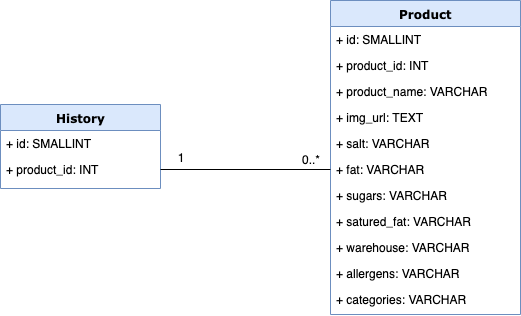
Earlier version of the draw.io export conception/physical_schema.png (ritchy7/udopdo). Source tidied: cells renumbered, new cells last; positions are measured from the earlier drawing's top-left corner, leaving out a move shared by most shapes.
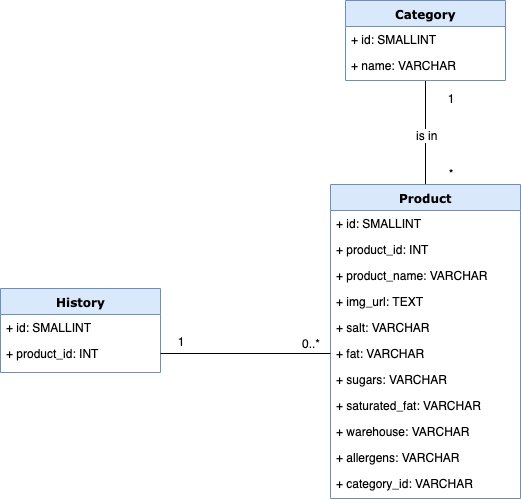
Later version of the same file.

Commit message:
Modification: Ajout de la table 'Category'.

What changed in the source:
```diff
@@ -2,6 +2,14 @@
   <root>
     <mxCell id="0" />
     <mxCell id="1" parent="0" />
+    <mxCell id="20" style="edgeStyle=orthogonalEdgeStyle;rounded=0;jettySize=auto;html=1;entryX=0.5;entryY=0;entryDx=0;entryDy=0;endArrow=none;endFill=0;" parent="1" edge="1" target="2">
+      <mxGeometry relative="1" as="geometry">
+        <mxPoint x="425" y="-106" as="sourcePoint" />
+      </mxGeometry>
+    </mxCell>
+    <mxCell id="21" value="is in" style="text;html=1;align=left;verticalAlign=top;spacingTop=-4;labelBackgroundColor=#ffffff;" parent="1" vertex="1">
+      <mxGeometry x="414" y="-58.5" width="40" height="20" as="geometry" />
+    </mxCell>
     <mxCell id="2" value="Product" style="swimlane;html=1;fontStyle=1;align=center;verticalAlign=top;horizontal=1;startSize=26;swimlaneFillColor=#ffffff;rounded=0;shadow=0;comic=0;labelBackgroundColor=none;strokeColor=#6c8ebf;strokeWidth=1;fillColor=#dae8fc;fontFamily=Verdana;fontSize=12;" parent="1" vertex="1">
       <mxGeometry x="330" width="190" height="314" as="geometry" />
     </mxCell>
@@ -26,7 +34,7 @@
     <mxCell id="9" value="+ sugars: VARCHAR" style="text;html=1;strokeColor=none;fillColor=none;align=left;verticalAlign=top;spacingLeft=4;spacingRight=4;whiteSpace=wrap;overflow=hidden;" parent="2" vertex="1">
       <mxGeometry y="182" width="190" height="26" as="geometry" />
     </mxCell>
-    <mxCell id="10" value="+ satured_fat: VARCHAR" style="text;html=1;strokeColor=none;fillColor=none;align=left;verticalAlign=top;spacingLeft=4;spacingRight=4;whiteSpace=wrap;overflow=hidden;" parent="2" vertex="1">
+    <mxCell id="10" value="+ saturated_fat: VARCHAR" style="text;html=1;strokeColor=none;fillColor=none;align=left;verticalAlign=top;spacingLeft=4;spacingRight=4;whiteSpace=wrap;overflow=hidden;" parent="2" vertex="1">
       <mxGeometry y="208" width="190" height="26" as="geometry" />
     </mxCell>
     <mxCell id="11" value="+ warehouse: VARCHAR" style="text;html=1;strokeColor=none;fillColor=none;align=left;verticalAlign=top;spacingLeft=4;spacingRight=4;whiteSpace=wrap;overflow=hidden;" parent="2" vertex="1">
@@ -35,7 +43,7 @@
     <mxCell id="12" value="+ allergens: VARCHAR" style="text;html=1;strokeColor=none;fillColor=none;align=left;verticalAlign=top;spacingLeft=4;spacingRight=4;whiteSpace=wrap;overflow=hidden;" parent="2" vertex="1">
       <mxGeometry y="260" width="190" height="26" as="geometry" />
     </mxCell>
-    <mxCell id="13" value="+ categories: VARCHAR" style="text;html=1;strokeColor=none;fillColor=none;align=left;verticalAlign=top;spacingLeft=4;spacingRight=4;whiteSpace=wrap;overflow=hidden;" parent="2" vertex="1">
+    <mxCell id="13" value="+ category_id: VARCHAR" style="text;html=1;strokeColor=none;fillColor=none;align=left;verticalAlign=top;spacingLeft=4;spacingRight=4;whiteSpace=wrap;overflow=hidden;" parent="2" vertex="1">
       <mxGeometry y="286" width="190" height="26" as="geometry" />
     </mxCell>
     <mxCell id="14" value="History" style="swimlane;html=1;fontStyle=1;align=center;verticalAlign=top;horizontal=1;startSize=26;swimlaneFillColor=#ffffff;rounded=0;shadow=0;comic=0;labelBackgroundColor=none;strokeColor=#6c8ebf;strokeWidth=1;fillColor=#dae8fc;fontFamily=Verdana;fontSize=12;" parent="1" vertex="1">
@@ -56,5 +64,20 @@
     <mxCell id="19" value="0..*" style="text;html=1;strokeColor=none;fillColor=none;align=center;verticalAlign=middle;whiteSpace=wrap;rounded=0;" parent="1" vertex="1">
       <mxGeometry x="290" y="149" width="40" height="20" as="geometry" />
     </mxCell>
+    <mxCell id="22" value="Category" style="swimlane;html=1;fontStyle=1;align=center;verticalAlign=top;horizontal=1;startSize=26;swimlaneFillColor=#ffffff;rounded=0;shadow=0;comic=0;labelBackgroundColor=none;strokeColor=#6c8ebf;strokeWidth=1;fillColor=#dae8fc;fontFamily=Verdana;fontSize=12;" parent="1" vertex="1">
+      <mxGeometry x="345" y="-184" width="160" height="80" as="geometry" />
+    </mxCell>
+    <mxCell id="23" value="+ id: SMALLINT" style="text;html=1;strokeColor=none;fillColor=none;align=left;verticalAlign=top;spacingLeft=4;spacingRight=4;whiteSpace=wrap;overflow=hidden;" parent="22" vertex="1">
+      <mxGeometry y="26" width="160" height="26" as="geometry" />
+    </mxCell>
+    <mxCell id="24" value="+ name: VARCHAR" style="text;html=1;strokeColor=none;fillColor=none;align=left;verticalAlign=top;spacingLeft=4;spacingRight=4;whiteSpace=wrap;overflow=hidden;" parent="22" vertex="1">
+      <mxGeometry y="52" width="160" height="26" as="geometry" />
+    </mxCell>
+    <mxCell id="25" value="1" style="text;html=1;strokeColor=none;fillColor=none;align=center;verticalAlign=middle;whiteSpace=wrap;rounded=0;" parent="1" vertex="1">
+      <mxGeometry x="430" y="-96" width="40" height="20" as="geometry" />
+    </mxCell>
+    <mxCell id="26" value="*" style="text;html=1;strokeColor=none;fillColor=none;align=center;verticalAlign=middle;whiteSpace=wrap;rounded=0;" parent="1" vertex="1">
+      <mxGeometry x="430" y="-21" width="40" height="20" as="geometry" />
+    </mxCell>
   </root>
 </mxGraphModel>
```
